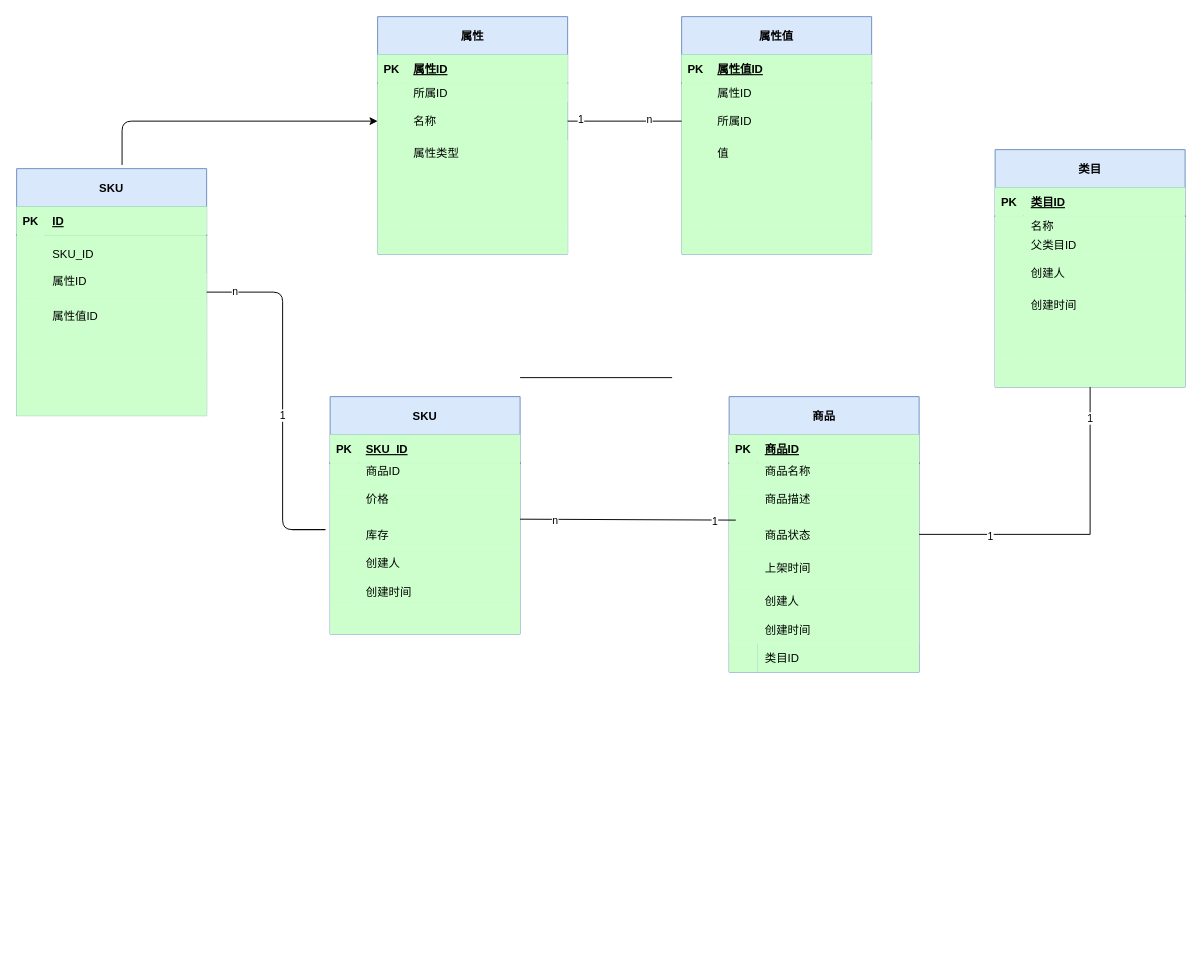
The draw.io diagram 未命名绘图.drawio in linxiaofan/linhenghui, before the edit. Source tidied: cells renumbered, new cells numbered last; positions are measured from the earlier drawing's top-left corner, leaving out a move shared by most shapes. Both pictures are drawn from the tidied source at 95%, with x=0, y=0 at pixel (16, 16).
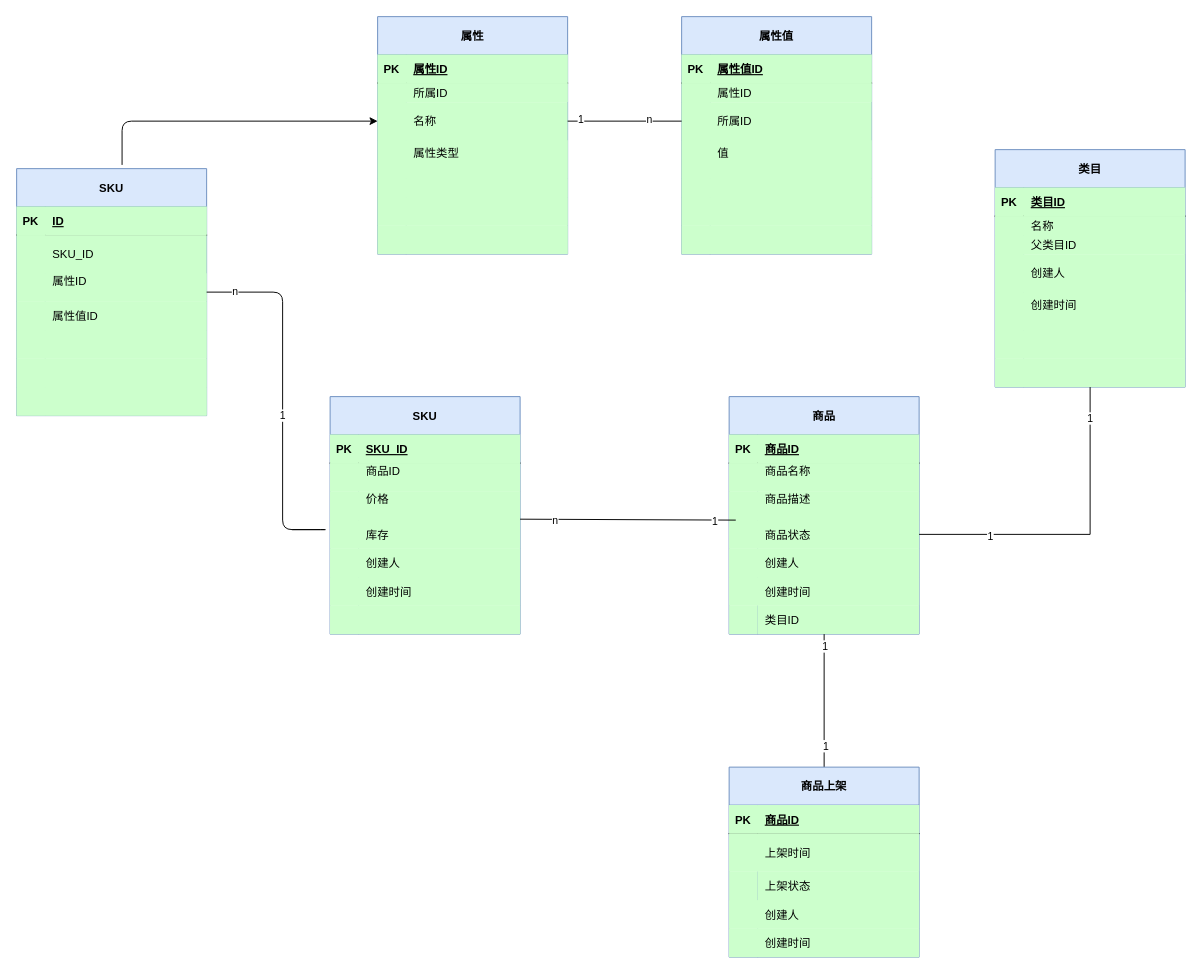
The same page after the edit.

Commit message:
更新未命名绘图.drawio

What changed in the source:
```diff
@@
     <mxCell id="25" value="商品" style="shape=table;startSize=40;childLayout=tableLayout;rowLines=0;fontStyle=1;align=center;fillColor=#dae8fc;strokeColor=#6c8ebf;" parent="1" vertex="1">
-      <mxGeometry x="750" y="400" width="200" height="290" as="geometry" />
+      <mxGeometry x="750" y="400" width="200" height="250" as="geometry" />
     </mxCell>
@@
-    <mxCell id="38" style="shape=partialRectangle;top=0;left=0;bottom=0;right=0;fillColor=#CCFFCC;" parent="25" vertex="1">
-      <mxGeometry y="160" width="200" height="40" as="geometry" />
-    </mxCell>
-    <mxCell id="39" style="shape=partialRectangle;top=0;left=0;bottom=0;right=0;overflow=hidden;fillColor=#CCFFCC;" parent="38" vertex="1">
-      <mxGeometry width="30" height="40" as="geometry" />
-    </mxCell>
-    <mxCell id="40" value="上架时间" style="shape=partialRectangle;top=0;left=0;bottom=0;right=0;align=left;spacingLeft=6;overflow=hidden;fillColor=#CCFFCC;" parent="38" vertex="1">
-      <mxGeometry x="30" width="170" height="40" as="geometry" />
-    </mxCell>
     <mxCell id="41" style="shape=partialRectangle;top=0;left=0;bottom=0;right=0;fillColor=#CCFFCC;" parent="25" vertex="1">
-      <mxGeometry y="200" width="200" height="30" as="geometry" />
+      <mxGeometry y="160" width="200" height="30" as="geometry" />
     </mxCell>
@@
     <mxCell id="44" style="shape=partialRectangle;top=0;left=0;bottom=0;right=0;fillColor=#CCFFCC;" parent="25" vertex="1">
-      <mxGeometry y="230" width="200" height="30" as="geometry" />
+      <mxGeometry y="190" width="200" height="30" as="geometry" />
     </mxCell>
@@
     <mxCell id="47" style="shape=partialRectangle;fillColor=none;top=0;left=0;bottom=0;right=0;points=[[0,0.5],[1,0.5]];portConstraint=eastwest;strokeWidth=1;align=left;" parent="25" vertex="1">
-      <mxGeometry y="260" width="200" height="30" as="geometry" />
+      <mxGeometry y="220" width="200" height="30" as="geometry" />
     </mxCell>
@@
-    <mxCell id="147" style="endArrow=none;html=1;rounded=0;" parent="1" edge="1">
-      <mxGeometry relative="1" as="geometry">
-        <mxPoint x="530" y="380" as="sourcePoint" />
-        <mxPoint x="690" y="380" as="targetPoint" />
-      </mxGeometry>
-    </mxCell>
@@
+    <mxCell id="151" style="endArrow=none;html=1;rounded=0;entryX=0.5;entryY=0;entryDx=0;entryDy=0;" parent="1" edge="1" source="47" target="154">
+      <mxGeometry relative="1" as="geometry" />
+    </mxCell>
+    <mxCell id="152" value="1" style="edgeLabel;html=1;align=center;verticalAlign=middle;" parent="151" vertex="1">
+      <mxGeometry x="-0.83" relative="1" as="geometry" />
+    </mxCell>
+    <mxCell id="153" value="1" style="edgeLabel;html=1;align=center;verticalAlign=middle;" parent="151" vertex="1">
+      <mxGeometry x="0.67" y="1" relative="1" as="geometry" />
+    </mxCell>
+    <mxCell id="154" value="商品上架" style="shape=table;startSize=40;childLayout=tableLayout;rowLines=0;fontStyle=1;align=center;fillColor=#dae8fc;strokeColor=#6c8ebf;" parent="1" vertex="1">
+      <mxGeometry x="750" y="790" width="200" height="200" as="geometry" />
+    </mxCell>
+    <mxCell id="155" style="shape=partialRectangle;top=0;left=0;bottom=1;right=0;fillColor=#CCFFCC;" parent="154" vertex="1">
+      <mxGeometry y="40" width="200" height="30" as="geometry" />
+    </mxCell>
+    <mxCell id="156" value="PK" style="shape=partialRectangle;top=0;left=0;bottom=0;right=0;fontStyle=1;overflow=hidden;fillColor=#CCFFCC;" parent="155" vertex="1">
+      <mxGeometry width="30" height="30" as="geometry" />
+    </mxCell>
+    <mxCell id="157" value="商品ID" style="shape=partialRectangle;top=0;left=0;bottom=0;right=0;align=left;spacingLeft=6;fontStyle=5;overflow=hidden;fillColor=#CCFFCC;" parent="155" vertex="1">
+      <mxGeometry x="30" width="170" height="30" as="geometry" />
+    </mxCell>
+    <mxCell id="158" style="shape=partialRectangle;top=0;left=0;bottom=0;right=0;fillColor=#CCFFCC;" parent="154" vertex="1">
+      <mxGeometry y="70" width="200" height="40" as="geometry" />
+    </mxCell>
+    <mxCell id="39" style="shape=partialRectangle;top=0;left=0;bottom=0;right=0;overflow=hidden;fillColor=#CCFFCC;" parent="158" vertex="1">
+      <mxGeometry width="30" height="40" as="geometry" />
+    </mxCell>
+    <mxCell id="40" value="上架时间" style="shape=partialRectangle;top=0;left=0;bottom=0;right=0;align=left;spacingLeft=6;overflow=hidden;fillColor=#CCFFCC;" parent="158" vertex="1">
+      <mxGeometry x="30" width="170" height="40" as="geometry" />
+    </mxCell>
+    <mxCell id="159" style="shape=partialRectangle;fillColor=none;top=0;left=0;bottom=0;right=0;strokeWidth=1;align=left;" parent="154" vertex="1">
+      <mxGeometry y="110" width="200" height="30" as="geometry" />
+    </mxCell>
+    <mxCell id="160" style="shape=partialRectangle;top=0;left=0;bottom=0;right=0;overflow=hidden;fillColor=#CCFFCC;" parent="159" vertex="1">
+      <mxGeometry width="30" height="30" as="geometry" />
+    </mxCell>
+    <mxCell id="161" value="上架状态" style="shape=partialRectangle;top=0;left=0;bottom=0;right=0;align=left;spacingLeft=6;overflow=hidden;strokeColor=#82b366;fillColor=#CCFFCC;" parent="159" vertex="1">
+      <mxGeometry x="30" width="170" height="30" as="geometry" />
+    </mxCell>
+    <mxCell id="162" style="shape=partialRectangle;top=0;left=0;bottom=0;right=0;fillColor=#CCFFCC;" parent="154" vertex="1">
+      <mxGeometry y="140" width="200" height="30" as="geometry" />
+    </mxCell>
+    <mxCell id="163" style="shape=partialRectangle;top=0;left=0;bottom=0;right=0;overflow=hidden;fillColor=#CCFFCC;" parent="162" vertex="1">
+      <mxGeometry width="30" height="30" as="geometry" />
+    </mxCell>
+    <mxCell id="164" value="创建人" style="shape=partialRectangle;top=0;left=0;bottom=0;right=0;align=left;spacingLeft=6;overflow=hidden;fillColor=#CCFFCC;" parent="162" vertex="1">
+      <mxGeometry x="30" width="170" height="30" as="geometry" />
+    </mxCell>
+    <mxCell id="165" style="shape=partialRectangle;top=0;left=0;bottom=0;right=0;fillColor=#CCFFCC;" parent="154" vertex="1">
+      <mxGeometry y="170" width="200" height="30" as="geometry" />
+    </mxCell>
+    <mxCell id="166" style="shape=partialRectangle;top=0;left=0;bottom=0;right=0;overflow=hidden;fillColor=#CCFFCC;" parent="165" vertex="1">
+      <mxGeometry width="30" height="30" as="geometry" />
+    </mxCell>
+    <mxCell id="167" value="创建时间" style="shape=partialRectangle;top=0;left=0;bottom=0;right=0;align=left;spacingLeft=6;overflow=hidden;fillColor=#CCFFCC;" parent="165" vertex="1">
+      <mxGeometry x="30" width="170" height="30" as="geometry" />
+    </mxCell>
```
